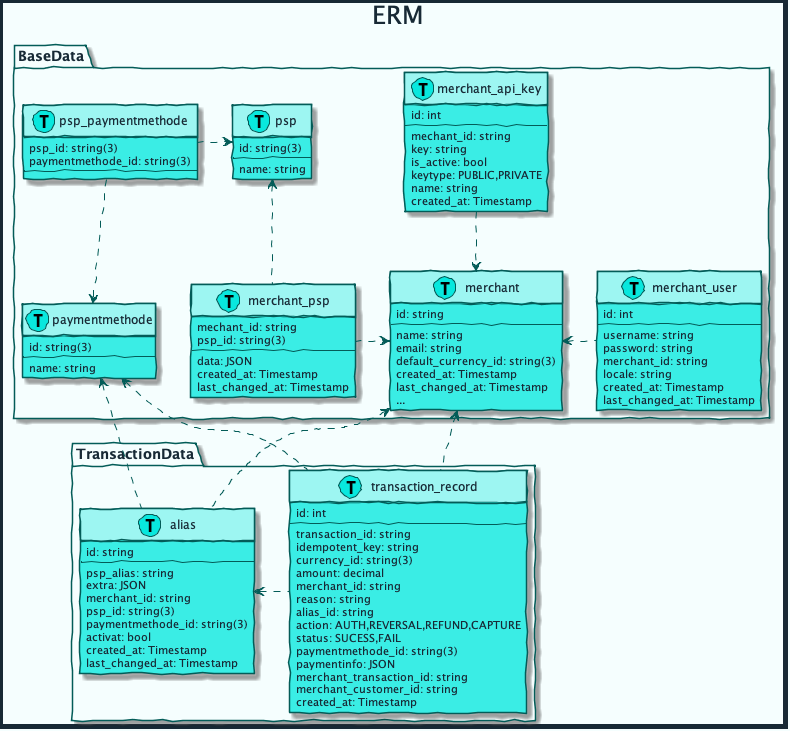
mobilabsolutions/stash-sdk-wiki keeps this PlantUML diagram as diagrams/out/erm.png. Above is the earlier version.
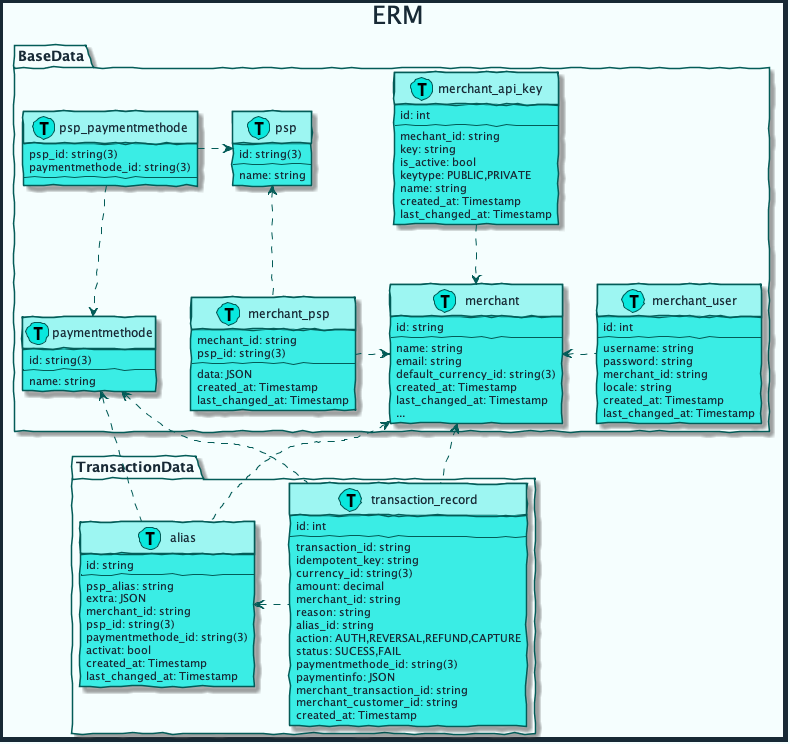
The same diagram one commit later.

Commit message:
added missing date

Diff of the diagram source:
```diff
@@ -86,6 +86,7 @@
         keytype: PUBLIC,PRIVATE
         name: string
         created_at: Timestamp
+        last_changed_at: Timestamp
     }
 
     class merchant_psp << (T, #08E8DE) >>{
```
